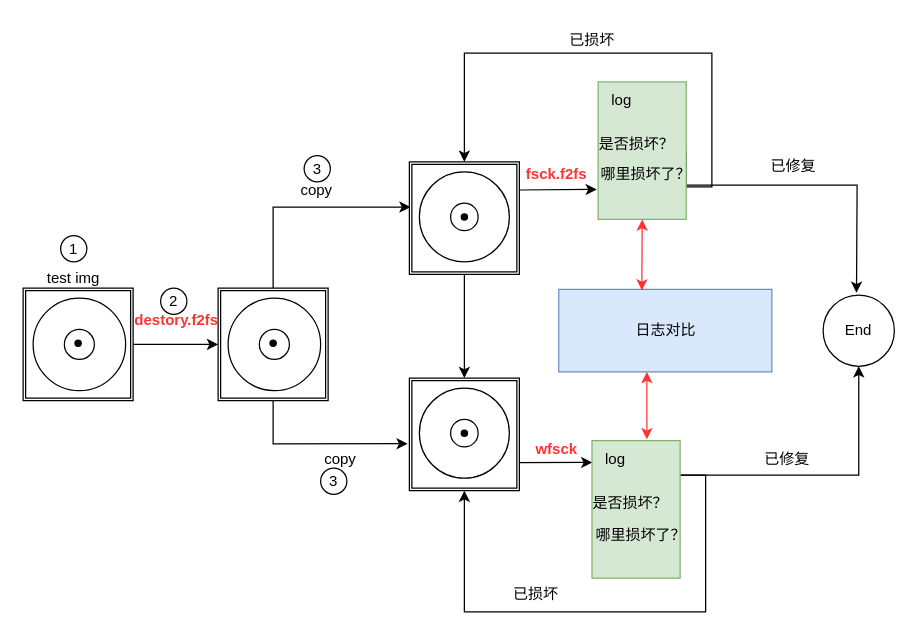
Above: destory.f2fs.drawio in ksd11/charts (draw.io), before the change. Source tidied: cells renumbered, new cells numbered last; positions are measured from the earlier drawing's top-left corner, leaving out a move shared by most shapes. Both pictures are drawn from the tidied source at 125%, with x=0, y=0 at pixel (21, 21).
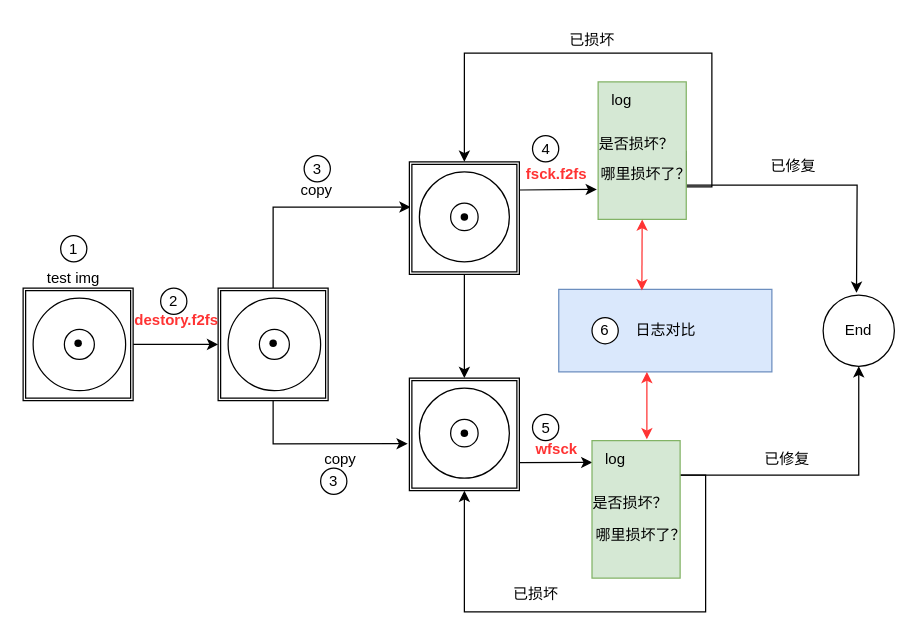
Above is the later version.

What changed in the source:
```diff
@@
+    <mxCell id="50" value="4" style="ellipse;whiteSpace=wrap;html=1;" parent="1" vertex="1">
+      <mxGeometry x="408.5" y="91" width="21" height="21" as="geometry" />
+    </mxCell>
+    <mxCell id="51" value="5" style="ellipse;whiteSpace=wrap;html=1;" parent="1" vertex="1">
+      <mxGeometry x="408.5" y="314" width="21" height="21" as="geometry" />
+    </mxCell>
+    <mxCell id="52" value="6" style="ellipse;whiteSpace=wrap;html=1;" parent="1" vertex="1">
+      <mxGeometry x="456.1" y="236.5" width="21" height="21" as="geometry" />
+    </mxCell>
```
